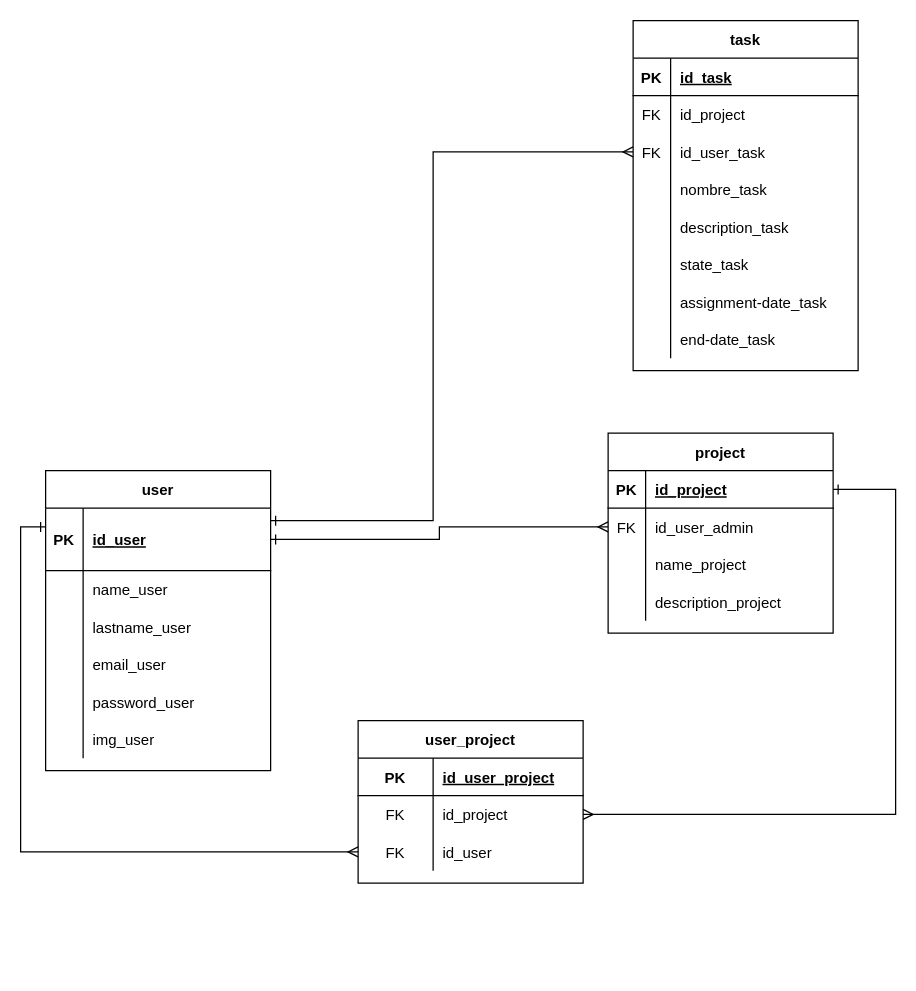
Before: Diagrama entidad relacion.drawio in JohanViancha/GPAGIL-Backend, a draw.io diagram. Source tidied: cells renumbered, new cells numbered last; positions are measured from the earlier drawing's top-left corner, leaving out a move shared by most shapes. Both pictures are drawn from the tidied source at 125%, with x=0, y=0 at pixel (20, 20).
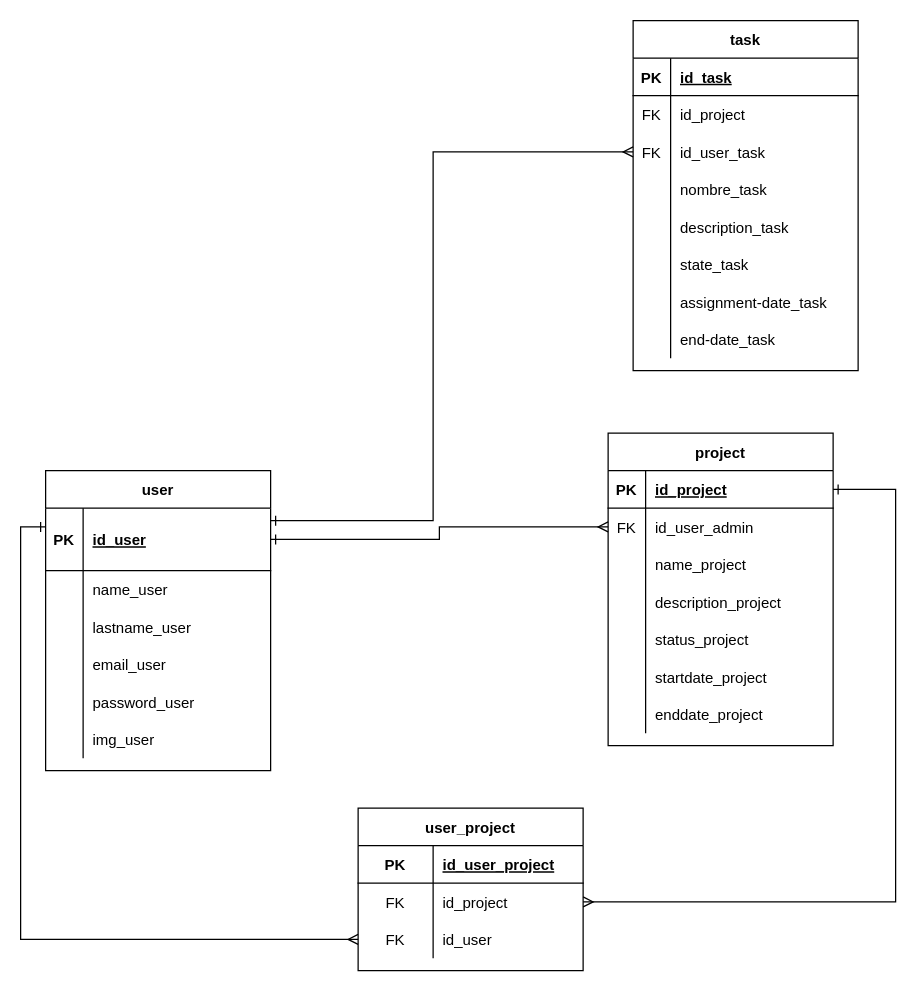
The same page after the edit.

The change refers to these unchanged cells:
```xml
<mxCell id="3" style="shape=tableRow;horizontal=0;startSize=0;swimlaneHead=0;swimlaneBody=0;fillColor=none;points=[[0,0.5],[1,0.5]];portConstraint=eastwest;top=0;left=0;right=0;bottom=1;" parent="2" vertex="1">
  <mxGeometry y="30" width="180" height="50" as="geometry" />
</mxCell>
<mxCell id="22" style="shape=tableRow;horizontal=0;startSize=0;swimlaneHead=0;swimlaneBody=0;fillColor=none;points=[[0,0.5],[1,0.5]];portConstraint=eastwest;top=0;left=0;right=0;bottom=1;" parent="21" vertex="1">
  <mxGeometry y="30" width="180" height="30" as="geometry" />
</mxCell>
<mxCell id="38" style="shape=tableRow;horizontal=0;startSize=0;swimlaneHead=0;swimlaneBody=0;fillColor=none;points=[[0,0.5],[1,0.5]];portConstraint=eastwest;top=0;left=0;right=0;bottom=0;" parent="34" vertex="1">
  <mxGeometry y="60" width="180" height="30" as="geometry" />
</mxCell>
<mxCell id="41" style="shape=tableRow;horizontal=0;startSize=0;swimlaneHead=0;swimlaneBody=0;fillColor=none;points=[[0,0.5],[1,0.5]];portConstraint=eastwest;top=0;left=0;right=0;bottom=0;" parent="34" vertex="1">
  <mxGeometry y="90" width="180" height="30" as="geometry" />
</mxCell>
```

Change to the diagram source:
```diff
@@
     <mxCell id="21" value="project" style="shape=table;startSize=30;childLayout=tableLayout;rowLines=0;fontStyle=1;align=center;" parent="1" vertex="1">
-      <mxGeometry x="470" y="330" width="180" height="160" as="geometry" />
+      <mxGeometry x="470" y="330" width="180" height="250" as="geometry" />
     </mxCell>
@@
+    <mxCell id="73" style="shape=tableRow;horizontal=0;startSize=0;swimlaneHead=0;swimlaneBody=0;fillColor=none;top=0;left=0;right=0;bottom=0;" parent="21" vertex="1">
+      <mxGeometry y="150" width="180" height="30" as="geometry" />
+    </mxCell>
+    <mxCell id="74" style="shape=partialRectangle;fillColor=none;top=0;left=0;bottom=0;right=0;overflow=hidden;" parent="73" vertex="1">
+      <mxGeometry width="30" height="30" as="geometry" />
+    </mxCell>
+    <mxCell id="75" value="status_project" style="shape=partialRectangle;fillColor=none;top=0;left=0;bottom=0;right=0;align=left;spacingLeft=6;overflow=hidden;" parent="73" vertex="1">
+      <mxGeometry x="30" width="150" height="30" as="geometry" />
+    </mxCell>
+    <mxCell id="76" style="shape=tableRow;horizontal=0;startSize=0;swimlaneHead=0;swimlaneBody=0;fillColor=none;top=0;left=0;right=0;bottom=0;" parent="21" vertex="1">
+      <mxGeometry y="180" width="180" height="30" as="geometry" />
+    </mxCell>
+    <mxCell id="77" style="shape=partialRectangle;fillColor=none;top=0;left=0;bottom=0;right=0;overflow=hidden;" parent="76" vertex="1">
+      <mxGeometry width="30" height="30" as="geometry" />
+    </mxCell>
+    <mxCell id="78" value="startdate_project" style="shape=partialRectangle;fillColor=none;top=0;left=0;bottom=0;right=0;align=left;spacingLeft=6;overflow=hidden;" parent="76" vertex="1">
+      <mxGeometry x="30" width="150" height="30" as="geometry" />
+    </mxCell>
+    <mxCell id="79" style="shape=tableRow;horizontal=0;startSize=0;swimlaneHead=0;swimlaneBody=0;fillColor=none;top=0;left=0;right=0;bottom=0;" parent="21" vertex="1">
+      <mxGeometry y="210" width="180" height="30" as="geometry" />
+    </mxCell>
+    <mxCell id="80" style="shape=partialRectangle;fillColor=none;top=0;left=0;bottom=0;right=0;overflow=hidden;" parent="79" vertex="1">
+      <mxGeometry width="30" height="30" as="geometry" />
+    </mxCell>
+    <mxCell id="81" value="enddate_project" style="shape=partialRectangle;fillColor=none;top=0;left=0;bottom=0;right=0;align=left;spacingLeft=6;overflow=hidden;" parent="79" vertex="1">
+      <mxGeometry x="30" width="150" height="30" as="geometry" />
+    </mxCell>
     <mxCell id="34" value="user_project" style="shape=table;startSize=30;childLayout=tableLayout;rowLines=0;fontStyle=1;align=center;" parent="1" vertex="1">
-      <mxGeometry x="270" y="560" width="180" height="130" as="geometry" />
+      <mxGeometry x="270" y="630" width="180" height="130" as="geometry" />
     </mxCell>
@@
     <mxCell id="45" style="edgeStyle=orthogonalEdgeStyle;rounded=0;jettySize=auto;html=1;entryX=1;entryY=0.5;entryDx=0;entryDy=0;startArrow=ERone;startFill=0;endArrow=ERmany;endFill=0;" parent="1" edge="1" source="22" target="38">
       <mxGeometry relative="1" as="geometry">
         <Array as="points">
           <mxPoint x="700" y="375" />
-          <mxPoint x="700" y="635" />
+          <mxPoint x="700" y="705" />
         </Array>
       </mxGeometry>
     </mxCell>
     <mxCell id="46" style="edgeStyle=orthogonalEdgeStyle;rounded=0;jettySize=auto;html=1;entryX=0;entryY=0.5;entryDx=0;entryDy=0;startArrow=ERone;startFill=0;endArrow=ERmany;endFill=0;" parent="1" edge="1" source="3" target="41">
       <mxGeometry relative="1" as="geometry">
         <Array as="points">
           <mxPoint y="405" />
-          <mxPoint y="665" />
+          <mxPoint y="735" />
         </Array>
       </mxGeometry>
     </mxCell>
```
